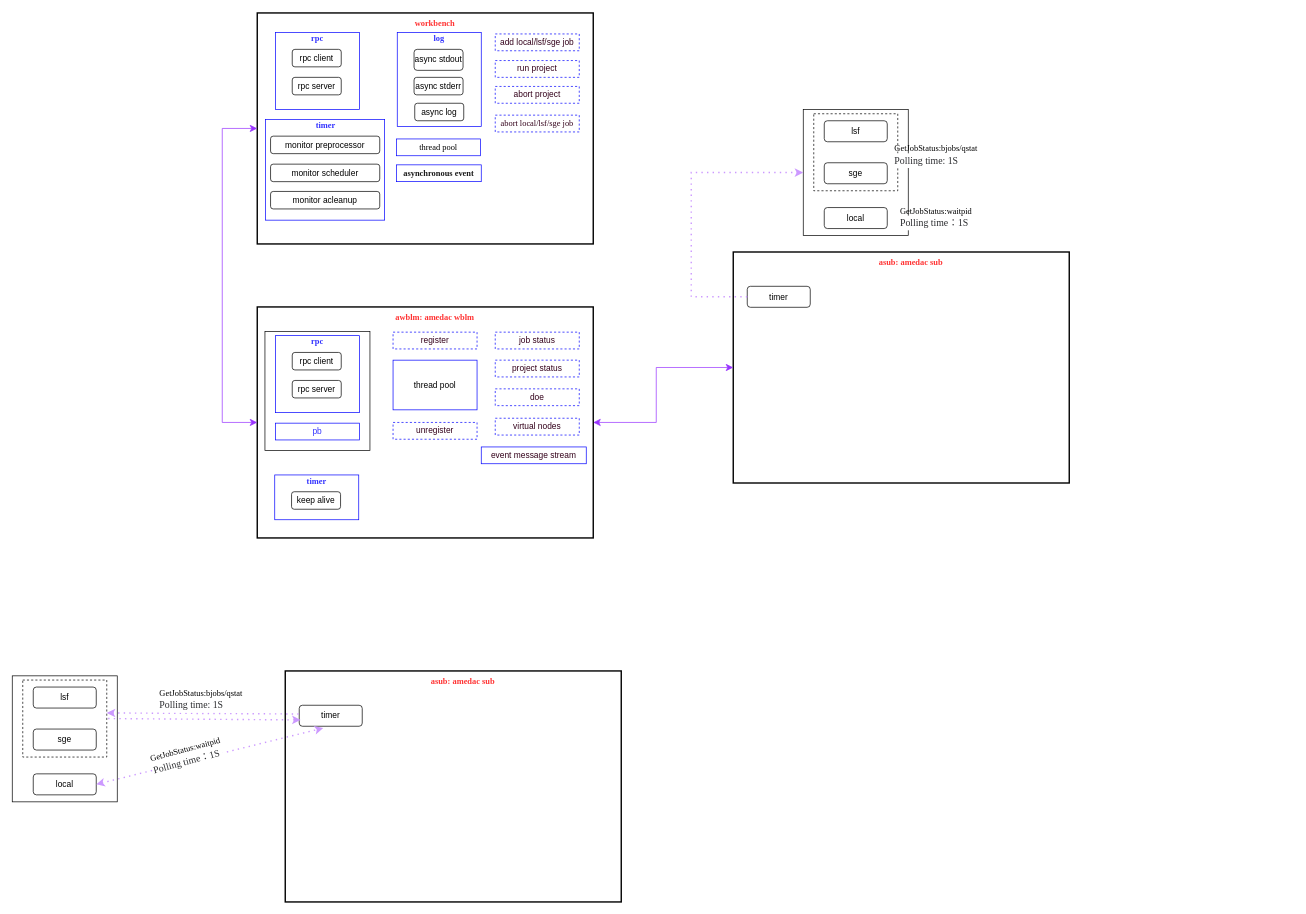
This is wb scheduler framework.drawio from huijian2019/wb-tool, a draw.io file, before an edit. Source tidied: cells renumbered, new cells numbered last; positions are measured from the earlier drawing's top-left corner, leaving out a move shared by most shapes. Both pictures are drawn from the tidied source at 70%, with x=0, y=0 at pixel (12, 13).
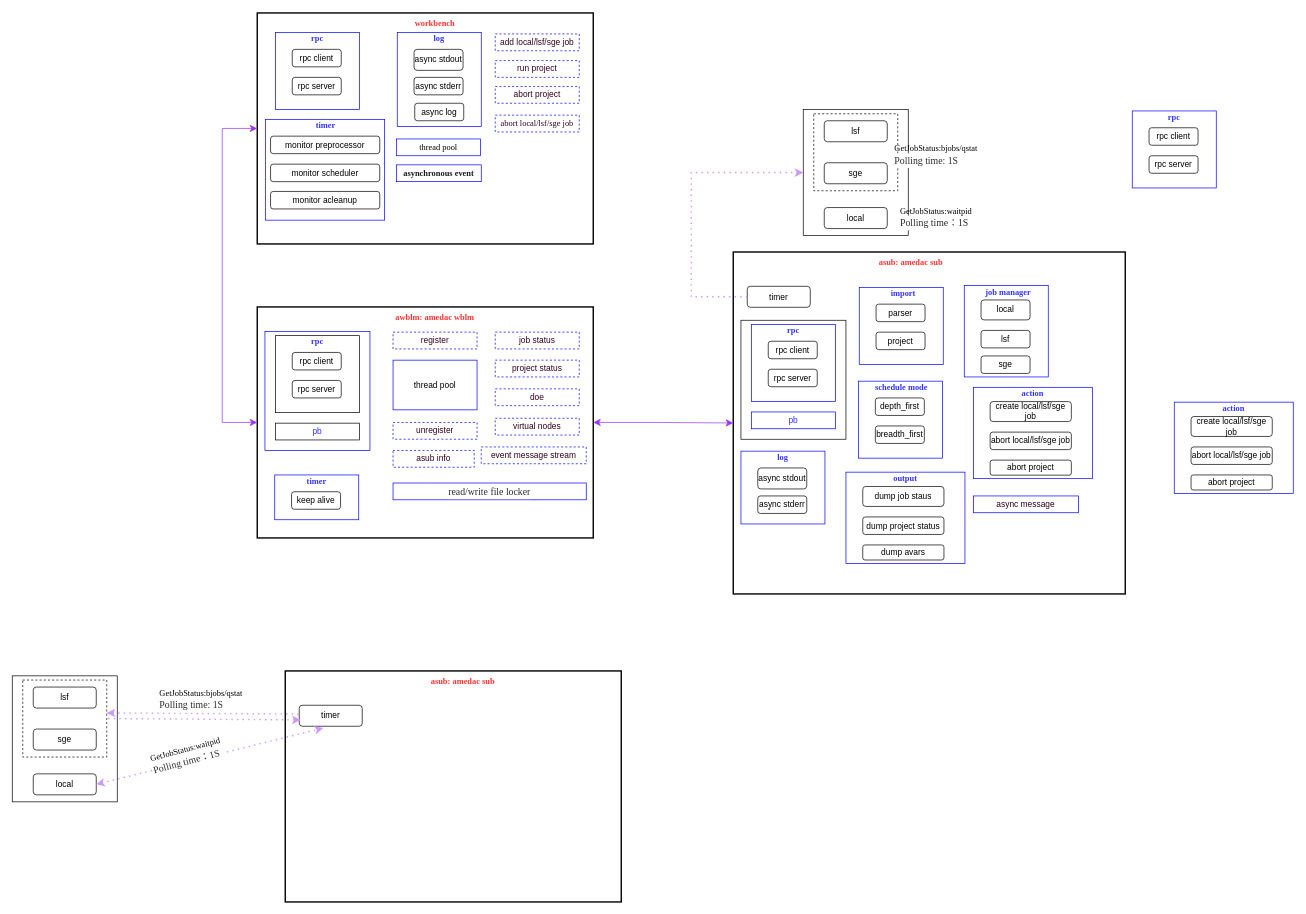
The same page after the edit.

Change to the diagram source:
```diff
@@
-    <mxCell id="23" style="rounded=0;whiteSpace=wrap;html=1;" parent="1" vertex="1">
+    <mxCell id="23" style="rounded=0;whiteSpace=wrap;html=1;strokeColor=#0000FF;" parent="1" vertex="1">
       <mxGeometry x="361" y="455" width="150" height="170" as="geometry" />
     </mxCell>
-    <mxCell id="24" style="rounded=0;whiteSpace=wrap;html=1;strokeColor=#0000FF;" parent="1" vertex="1">
+    <mxCell id="24" style="rounded=0;whiteSpace=wrap;html=1;strokeColor=#000000;" parent="1" vertex="1">
       <mxGeometry x="376" y="461" width="120" height="110" as="geometry" />
     </mxCell>
@@
-    <mxCell id="33" value="&lt;font color=&quot;#3333ff&quot;&gt;pb&lt;/font&gt;" style="rounded=0;whiteSpace=wrap;html=1;strokeColor=#0000FF;" parent="1" vertex="1">
+    <mxCell id="33" value="&lt;font color=&quot;#3333ff&quot;&gt;pb&lt;/font&gt;" style="rounded=0;whiteSpace=wrap;html=1;strokeColor=#000000;" parent="1" vertex="1">
       <mxGeometry x="376" y="586" width="120" height="24" as="geometry" />
     </mxCell>
@@
-    <mxCell id="38" value="&lt;font color=&quot;#33001a&quot;&gt;event message stream&lt;/font&gt;" style="rounded=0;whiteSpace=wrap;html=1;strokeColor=#0000FF;" parent="1" vertex="1">
+    <mxCell id="38" value="&lt;font color=&quot;#33001a&quot;&gt;event message stream&lt;/font&gt;" style="rounded=0;whiteSpace=wrap;html=1;strokeColor=#0000FF;dashed=1;" parent="1" vertex="1">
       <mxGeometry x="670" y="620" width="150" height="24" as="geometry" />
     </mxCell>
@@
     <mxCell id="57" style="rounded=0;whiteSpace=wrap;html=1;strokeWidth=2;" parent="1" vertex="1">
-      <mxGeometry x="1030" y="341.5" width="480" height="330" as="geometry" />
+      <mxGeometry x="1030" y="341.5" width="560" height="488.5" as="geometry" />
     </mxCell>
@@
+    <mxCell id="69" style="rounded=0;whiteSpace=wrap;html=1;" parent="1" vertex="1">
+      <mxGeometry x="1041" y="439" width="150" height="170" as="geometry" />
+    </mxCell>
+    <mxCell id="70" style="rounded=0;whiteSpace=wrap;html=1;strokeColor=#0000FF;" parent="1" vertex="1">
+      <mxGeometry x="1056" y="445" width="120" height="110" as="geometry" />
+    </mxCell>
+    <mxCell id="71" value="rpc client" style="rounded=1;whiteSpace=wrap;html=1;" parent="1" vertex="1">
+      <mxGeometry x="1080" y="469" width="70" height="25" as="geometry" />
+    </mxCell>
+    <mxCell id="72" value="&lt;font face=&quot;Times New Roman&quot;&gt;&lt;b&gt;rpc&lt;br&gt;&lt;/b&gt;&lt;/font&gt;" style="text;strokeColor=none;align=center;fillColor=none;html=1;verticalAlign=middle;whiteSpace=wrap;rounded=0;fontColor=#3333FF;" parent="1" vertex="1">
+      <mxGeometry x="1086" y="439" width="60" height="30" as="geometry" />
+    </mxCell>
+    <mxCell id="73" value="rpc server" style="rounded=1;whiteSpace=wrap;html=1;" parent="1" vertex="1">
+      <mxGeometry x="1080" y="509" width="70" height="25" as="geometry" />
+    </mxCell>
+    <mxCell id="74" value="&lt;font color=&quot;#3333ff&quot;&gt;pb&lt;/font&gt;" style="rounded=0;whiteSpace=wrap;html=1;strokeColor=#0000FF;" parent="1" vertex="1">
+      <mxGeometry x="1056" y="570" width="120" height="24" as="geometry" />
+    </mxCell>
+    <mxCell id="75" style="rounded=0;whiteSpace=wrap;html=1;strokeColor=#0000FF;" parent="1" vertex="1">
+      <mxGeometry x="1600" y="140" width="120" height="110" as="geometry" />
+    </mxCell>
+    <mxCell id="76" value="rpc client" style="rounded=1;whiteSpace=wrap;html=1;" parent="1" vertex="1">
+      <mxGeometry x="1624" y="164" width="70" height="25" as="geometry" />
+    </mxCell>
+    <mxCell id="77" value="&lt;font face=&quot;Times New Roman&quot;&gt;&lt;b&gt;rpc&lt;br&gt;&lt;/b&gt;&lt;/font&gt;" style="text;strokeColor=none;align=center;fillColor=none;html=1;verticalAlign=middle;whiteSpace=wrap;rounded=0;fontColor=#3333FF;" parent="1" vertex="1">
+      <mxGeometry x="1630" y="134" width="60" height="30" as="geometry" />
+    </mxCell>
+    <mxCell id="78" value="rpc server" style="rounded=1;whiteSpace=wrap;html=1;" parent="1" vertex="1">
+      <mxGeometry x="1624" y="204" width="70" height="25" as="geometry" />
+    </mxCell>
+    <mxCell id="79" style="rounded=0;whiteSpace=wrap;html=1;strokeColor=#0000FF;" parent="1" vertex="1">
+      <mxGeometry x="1209" y="526" width="120" height="110" as="geometry" />
+    </mxCell>
+    <mxCell id="80" value="depth_first" style="rounded=1;whiteSpace=wrap;html=1;" parent="1" vertex="1">
+      <mxGeometry x="1233" y="550" width="70" height="25" as="geometry" />
+    </mxCell>
+    <mxCell id="81" value="&lt;font face=&quot;Times New Roman&quot;&gt;&lt;b&gt;schedule mode&amp;nbsp;&lt;br&gt;&lt;/b&gt;&lt;/font&gt;" style="text;strokeColor=none;align=center;fillColor=none;html=1;verticalAlign=middle;whiteSpace=wrap;rounded=0;fontColor=#3333FF;" parent="1" vertex="1">
+      <mxGeometry x="1222" y="520" width="100" height="30" as="geometry" />
+    </mxCell>
+    <mxCell id="82" value="breadth_first" style="rounded=1;whiteSpace=wrap;html=1;" parent="1" vertex="1">
+      <mxGeometry x="1233" y="590" width="70" height="25" as="geometry" />
+    </mxCell>
+    <mxCell id="83" style="rounded=0;whiteSpace=wrap;html=1;strokeColor=#0000FF;" parent="1" vertex="1">
+      <mxGeometry x="1041" y="626" width="120" height="104" as="geometry" />
+    </mxCell>
+    <mxCell id="84" value="async stdout" style="rounded=1;whiteSpace=wrap;html=1;" parent="1" vertex="1">
+      <mxGeometry x="1065" y="650" width="70" height="30" as="geometry" />
+    </mxCell>
+    <mxCell id="85" value="&lt;font face=&quot;Times New Roman&quot;&gt;&lt;b&gt;log&lt;br&gt;&lt;/b&gt;&lt;/font&gt;" style="text;strokeColor=none;align=center;fillColor=none;html=1;verticalAlign=middle;whiteSpace=wrap;rounded=0;fontColor=#3333FF;" parent="1" vertex="1">
+      <mxGeometry x="1071" y="620" width="60" height="30" as="geometry" />
+    </mxCell>
+    <mxCell id="86" value="async stderr" style="rounded=1;whiteSpace=wrap;html=1;" parent="1" vertex="1">
+      <mxGeometry x="1065" y="690" width="70" height="25" as="geometry" />
+    </mxCell>
+    <mxCell id="87" value="&lt;font color=&quot;#33001a&quot;&gt;asub info&lt;/font&gt;" style="rounded=0;whiteSpace=wrap;html=1;strokeColor=#0000FF;dashed=1;" parent="1" vertex="1">
+      <mxGeometry x="544" y="625" width="116" height="24" as="geometry" />
+    </mxCell>
+    <mxCell id="88" value="&lt;ul style=&quot;box-sizing: border-box; margin: 0px; padding: 0px; color: rgb(42, 43, 46); font-size: 14px; text-align: start; background-color: rgb(255, 255, 255);&quot;&gt;&lt;li style=&quot;box-sizing: border-box; margin: 0px; padding: 0px; list-style: none;&quot;&gt;&lt;p style=&quot;box-sizing: border-box; margin: 0px 0px 2px; padding: 0px; line-height: 21px; display: inline; font-size: var(--main-font-size);&quot; class=&quot;src grammarSection&quot;&gt;&lt;font face=&quot;Times New Roman&quot;&gt;read/write file locker&lt;/font&gt;&lt;/p&gt;&lt;/li&gt;&lt;/ul&gt;" style="rounded=0;whiteSpace=wrap;html=1;strokeColor=#0000FF;" parent="1" vertex="1">
+      <mxGeometry x="544" y="671.5" width="276" height="24" as="geometry" />
+    </mxCell>
+    <mxCell id="89" style="rounded=0;whiteSpace=wrap;html=1;strokeColor=#0000FF;" parent="1" vertex="1">
+      <mxGeometry x="1210" y="392" width="120" height="110" as="geometry" />
+    </mxCell>
+    <mxCell id="90" value="parser" style="rounded=1;whiteSpace=wrap;html=1;" parent="1" vertex="1">
+      <mxGeometry x="1234" y="416" width="70" height="25" as="geometry" />
+    </mxCell>
+    <mxCell id="91" value="&lt;font face=&quot;Times New Roman&quot;&gt;&lt;b&gt;import&lt;br&gt;&lt;/b&gt;&lt;/font&gt;" style="text;strokeColor=none;align=center;fillColor=none;html=1;verticalAlign=middle;whiteSpace=wrap;rounded=0;fontColor=#3333FF;" parent="1" vertex="1">
+      <mxGeometry x="1223" y="386" width="100" height="30" as="geometry" />
+    </mxCell>
+    <mxCell id="92" value="project" style="rounded=1;whiteSpace=wrap;html=1;" parent="1" vertex="1">
+      <mxGeometry x="1234" y="456" width="70" height="25" as="geometry" />
+    </mxCell>
+    <mxCell id="93" style="rounded=0;whiteSpace=wrap;html=1;strokeColor=#0000FF;" parent="1" vertex="1">
+      <mxGeometry x="1360" y="389.5" width="120" height="130.5" as="geometry" />
+    </mxCell>
+    <mxCell id="94" value="local" style="rounded=1;whiteSpace=wrap;html=1;" parent="1" vertex="1">
+      <mxGeometry x="1384" y="410" width="70" height="28.5" as="geometry" />
+    </mxCell>
+    <mxCell id="95" value="&lt;font face=&quot;Times New Roman&quot;&gt;&lt;b&gt;job manager&lt;br&gt;&lt;/b&gt;&lt;/font&gt;" style="text;strokeColor=none;align=center;fillColor=none;html=1;verticalAlign=middle;whiteSpace=wrap;rounded=0;fontColor=#3333FF;" parent="1" vertex="1">
+      <mxGeometry x="1373" y="383.5" width="100" height="30" as="geometry" />
+    </mxCell>
+    <mxCell id="96" value="lsf" style="rounded=1;whiteSpace=wrap;html=1;" parent="1" vertex="1">
+      <mxGeometry x="1384" y="453.5" width="70" height="25" as="geometry" />
+    </mxCell>
+    <mxCell id="97" value="sge" style="rounded=1;whiteSpace=wrap;html=1;" parent="1" vertex="1">
+      <mxGeometry x="1384" y="490" width="70" height="25" as="geometry" />
+    </mxCell>
+    <mxCell id="98" style="rounded=0;whiteSpace=wrap;html=1;strokeColor=#0000FF;" parent="1" vertex="1">
+      <mxGeometry x="1191" y="656" width="170" height="130.5" as="geometry" />
+    </mxCell>
+    <mxCell id="99" value="dump job staus" style="rounded=1;whiteSpace=wrap;html=1;" parent="1" vertex="1">
+      <mxGeometry x="1215" y="676.5" width="116" height="28.5" as="geometry" />
+    </mxCell>
+    <mxCell id="100" value="&lt;font face=&quot;Times New Roman&quot;&gt;&lt;b&gt;output&lt;br&gt;&lt;/b&gt;&lt;/font&gt;" style="text;strokeColor=none;align=center;fillColor=none;html=1;verticalAlign=middle;whiteSpace=wrap;rounded=0;fontColor=#3333FF;" parent="1" vertex="1">
+      <mxGeometry x="1226" y="650" width="100" height="30" as="geometry" />
+    </mxCell>
+    <mxCell id="101" value="dump project status" style="rounded=1;whiteSpace=wrap;html=1;" parent="1" vertex="1">
+      <mxGeometry x="1215" y="720" width="116" height="25" as="geometry" />
+    </mxCell>
+    <mxCell id="102" value="dump avars" style="rounded=1;whiteSpace=wrap;html=1;" parent="1" vertex="1">
+      <mxGeometry x="1215" y="760" width="116" height="21.5" as="geometry" />
+    </mxCell>
+    <mxCell id="103" style="rounded=0;whiteSpace=wrap;html=1;strokeColor=#0000FF;" parent="1" vertex="1">
+      <mxGeometry x="1660" y="556" width="170" height="130.5" as="geometry" />
+    </mxCell>
+    <mxCell id="104" value="create local/lsf/sge job" style="rounded=1;whiteSpace=wrap;html=1;" parent="1" vertex="1">
+      <mxGeometry x="1684" y="576.5" width="116" height="28.5" as="geometry" />
+    </mxCell>
+    <mxCell id="105" value="&lt;font face=&quot;Times New Roman&quot;&gt;&lt;b&gt;action&lt;br&gt;&lt;/b&gt;&lt;/font&gt;" style="text;strokeColor=none;align=center;fillColor=none;html=1;verticalAlign=middle;whiteSpace=wrap;rounded=0;fontColor=#3333FF;" parent="1" vertex="1">
+      <mxGeometry x="1695" y="550" width="100" height="30" as="geometry" />
+    </mxCell>
+    <mxCell id="106" value="abort local/lsf/sge job" style="rounded=1;whiteSpace=wrap;html=1;" parent="1" vertex="1">
+      <mxGeometry x="1684" y="620" width="116" height="25" as="geometry" />
+    </mxCell>
+    <mxCell id="107" value="abort project" style="rounded=1;whiteSpace=wrap;html=1;" parent="1" vertex="1">
+      <mxGeometry x="1684" y="660" width="116" height="21.5" as="geometry" />
+    </mxCell>
+    <mxCell id="108" style="rounded=0;whiteSpace=wrap;html=1;strokeColor=#0000FF;" parent="1" vertex="1">
+      <mxGeometry x="1373" y="534.8" width="170" height="130.5" as="geometry" />
+    </mxCell>
+    <mxCell id="109" value="create local/lsf/sge job" style="rounded=1;whiteSpace=wrap;html=1;" parent="1" vertex="1">
+      <mxGeometry x="1397" y="555.2" width="116" height="28.5" as="geometry" />
+    </mxCell>
+    <mxCell id="110" value="&lt;font face=&quot;Times New Roman&quot;&gt;&lt;b&gt;action&lt;br&gt;&lt;/b&gt;&lt;/font&gt;" style="text;strokeColor=none;align=center;fillColor=none;html=1;verticalAlign=middle;whiteSpace=wrap;rounded=0;fontColor=#3333FF;" parent="1" vertex="1">
+      <mxGeometry x="1408" y="528.8" width="100" height="30" as="geometry" />
+    </mxCell>
+    <mxCell id="111" value="abort local/lsf/sge job" style="rounded=1;whiteSpace=wrap;html=1;" parent="1" vertex="1">
+      <mxGeometry x="1397" y="598.8" width="116" height="25" as="geometry" />
+    </mxCell>
+    <mxCell id="112" value="abort project" style="rounded=1;whiteSpace=wrap;html=1;" parent="1" vertex="1">
+      <mxGeometry x="1397" y="638.8" width="116" height="21.5" as="geometry" />
+    </mxCell>
+    <mxCell id="113" value="&lt;font color=&quot;#33001a&quot;&gt;async message&lt;/font&gt;" style="rounded=0;whiteSpace=wrap;html=1;strokeColor=#0000FF;" parent="1" vertex="1">
+      <mxGeometry x="1373" y="690" width="150" height="24" as="geometry" />
+    </mxCell>
```
